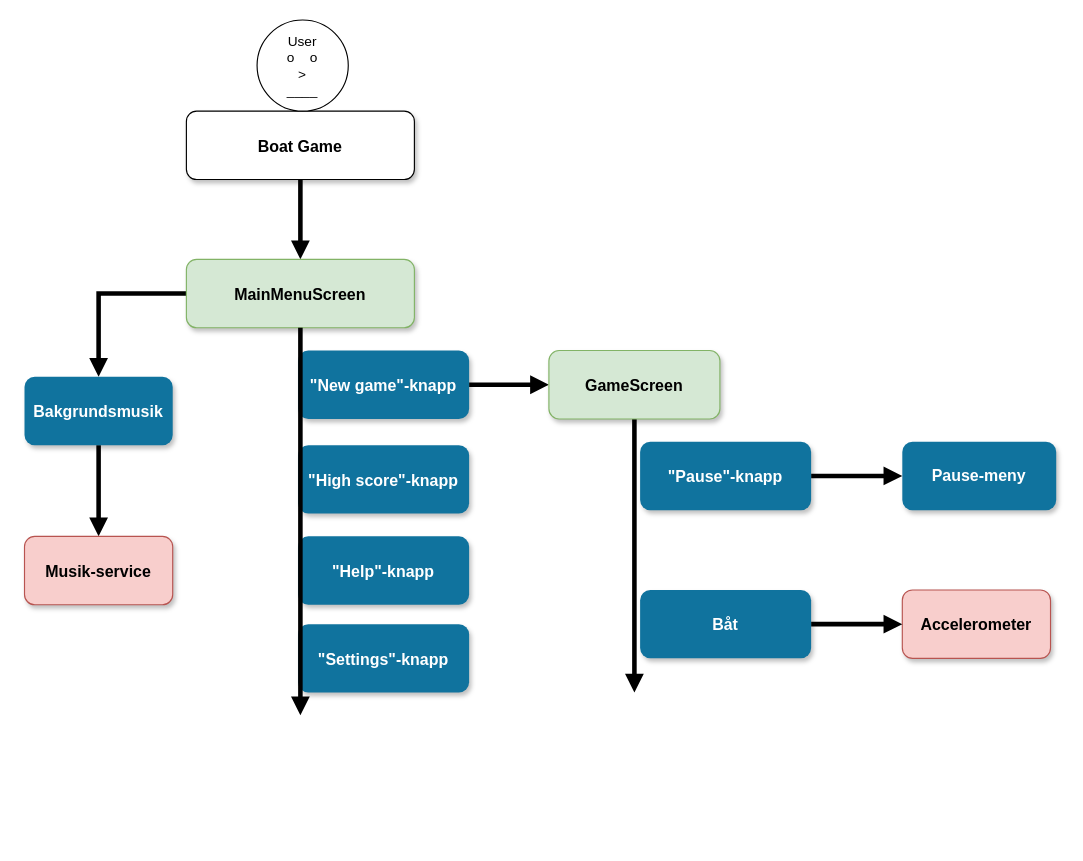
Earlier version of the draw.io diagram pbs.drawio (erikgilbertsson/BoatGame). Source tidied: cells renumbered, new cells numbered last; positions are measured from the earlier drawing's top-left corner, leaving out a move shared by most shapes. Both pictures are drawn from the tidied source at 114%, with x=0, y=0 at pixel (24, 19).
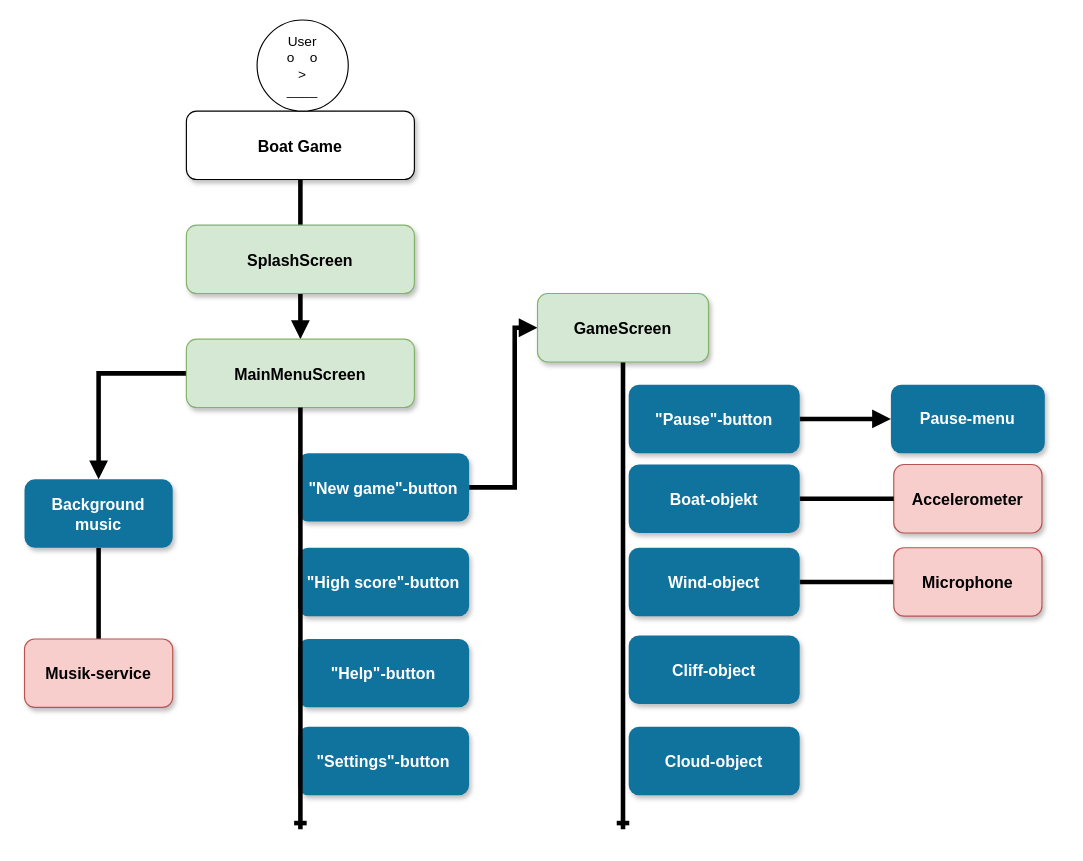
After the change.

What changed in the source:
```diff
@@
     <mxCell id="5" value="MainMenuScreen" style="rounded=1;shadow=1;fontStyle=1;fontSize=14;fillColor=#d5e8d4;strokeColor=#82b366;" parent="1" vertex="1">
-      <mxGeometry x="142" y="210" width="200" height="60" as="geometry" />
+      <mxGeometry x="142" y="280" width="200" height="60" as="geometry" />
     </mxCell>
     <mxCell id="6" style="edgeStyle=orthogonalEdgeStyle;rounded=0;jettySize=auto;html=1;endArrow=block;endFill=1;strokeWidth=4;" parent="1" edge="1" source="7" target="17">
-      <mxGeometry relative="1" as="geometry" />
+      <mxGeometry relative="1" as="geometry">
+        <Array as="points">
+          <mxPoint x="430" y="410" />
+          <mxPoint x="430" y="270" />
+        </Array>
+      </mxGeometry>
     </mxCell>
-    <mxCell id="7" value="&quot;New game&quot;-knapp" style="rounded=1;fillColor=#10739E;strokeColor=none;shadow=1;gradientColor=none;fontStyle=1;fontColor=#FFFFFF;fontSize=14;" parent="1" vertex="1">
-      <mxGeometry x="240" y="290" width="150" height="60" as="geometry" />
+    <mxCell id="7" value="&quot;New game&quot;-button" style="rounded=1;fillColor=#10739E;strokeColor=none;shadow=1;gradientColor=none;fontStyle=1;fontColor=#FFFFFF;fontSize=14;" parent="1" vertex="1">
+      <mxGeometry x="240" y="380" width="150" height="60" as="geometry" />
     </mxCell>
-    <mxCell id="8" value="&quot;Settings&quot;-knapp" style="rounded=1;fillColor=#10739E;strokeColor=none;shadow=1;gradientColor=none;fontStyle=1;fontColor=#FFFFFF;fontSize=14;" parent="1" vertex="1">
-      <mxGeometry x="240" y="530" width="150" height="60" as="geometry" />
+    <mxCell id="8" value="&quot;Settings&quot;-button" style="rounded=1;fillColor=#10739E;strokeColor=none;shadow=1;gradientColor=none;fontStyle=1;fontColor=#FFFFFF;fontSize=14;" parent="1" vertex="1">
+      <mxGeometry x="240" y="620" width="150" height="60" as="geometry" />
     </mxCell>
-    <mxCell id="9" value="&quot;Help&quot;-knapp" style="rounded=1;fillColor=#10739E;strokeColor=none;shadow=1;gradientColor=none;fontStyle=1;fontColor=#FFFFFF;fontSize=14;" parent="1" vertex="1">
-      <mxGeometry x="240" y="453" width="150" height="60" as="geometry" />
+    <mxCell id="9" value="&quot;Help&quot;-button" style="rounded=1;fillColor=#10739E;strokeColor=none;shadow=1;gradientColor=none;fontStyle=1;fontColor=#FFFFFF;fontSize=14;" parent="1" vertex="1">
+      <mxGeometry x="240" y="543" width="150" height="60" as="geometry" />
     </mxCell>
-    <mxCell id="10" value="&quot;High score&quot;-knapp" style="rounded=1;fillColor=#10739E;strokeColor=none;shadow=1;gradientColor=none;fontStyle=1;fontColor=#FFFFFF;fontSize=14;" parent="1" vertex="1">
-      <mxGeometry x="240" y="373" width="150" height="60" as="geometry" />
+    <mxCell id="10" value="&quot;High score&quot;-button" style="rounded=1;fillColor=#10739E;strokeColor=none;shadow=1;gradientColor=none;fontStyle=1;fontColor=#FFFFFF;fontSize=14;" parent="1" vertex="1">
+      <mxGeometry x="240" y="463" width="150" height="60" as="geometry" />
     </mxCell>
-    <mxCell id="11" style="edgeStyle=elbowEdgeStyle;elbow=vertical;strokeWidth=4;endArrow=block;endFill=1;fontStyle=1;" parent="1" edge="1" source="5">
-      <mxGeometry x="472" y="-17" as="geometry">
-        <mxPoint x="242" y="610" as="targetPoint" />
+    <mxCell id="11" style="edgeStyle=elbowEdgeStyle;elbow=vertical;strokeWidth=4;endArrow=ERone;endFill=0;fontStyle=1;" parent="1" edge="1" source="5">
+      <mxGeometry x="472" y="73" as="geometry">
+        <mxPoint x="242" y="710" as="targetPoint" />
       </mxGeometry>
     </mxCell>
@@
-    <mxCell id="13" style="edgeStyle=orthogonalEdgeStyle;rounded=0;jettySize=auto;html=1;endArrow=block;endFill=1;strokeWidth=4;" parent="1" edge="1" source="14" target="15">
+    <mxCell id="13" style="edgeStyle=orthogonalEdgeStyle;rounded=0;jettySize=auto;html=1;endArrow=none;endFill=0;strokeWidth=4;" parent="1" edge="1" source="14" target="15">
       <mxGeometry relative="1" as="geometry" />
     </mxCell>
-    <mxCell id="14" value="Bakgrundsmusik" style="rounded=1;fillColor=#10739E;strokeColor=none;shadow=1;gradientColor=none;fontStyle=1;fontColor=#FFFFFF;fontSize=14;" parent="1" vertex="1">
-      <mxGeometry y="313" width="130" height="60" as="geometry" />
+    <mxCell id="14" value="Background &#10;music" style="rounded=1;fillColor=#10739E;strokeColor=none;shadow=1;gradientColor=none;fontStyle=1;fontColor=#FFFFFF;fontSize=14;" parent="1" vertex="1">
+      <mxGeometry y="403" width="130" height="60" as="geometry" />
     </mxCell>
     <mxCell id="15" value="Musik-service" style="rounded=1;fillColor=#f8cecc;strokeColor=#b85450;shadow=1;fontStyle=1;fontSize=14;" parent="1" vertex="1">
-      <mxGeometry y="453" width="130" height="60" as="geometry" />
+      <mxGeometry y="543" width="130" height="60" as="geometry" />
     </mxCell>
-    <mxCell id="16" style="edgeStyle=orthogonalEdgeStyle;rounded=0;jettySize=auto;html=1;exitX=0.5;exitY=1;exitDx=0;exitDy=0;startArrow=none;startFill=0;endArrow=block;endFill=1;strokeColor=#000000;strokeWidth=4;" parent="1" edge="1" source="17">
+    <mxCell id="16" style="edgeStyle=orthogonalEdgeStyle;rounded=0;jettySize=auto;html=1;exitX=0.5;exitY=1;exitDx=0;exitDy=0;startArrow=none;startFill=0;endArrow=ERone;endFill=0;strokeColor=#000000;strokeWidth=4;" parent="1" edge="1" source="17">
       <mxGeometry relative="1" as="geometry">
-        <mxPoint x="535" y="590" as="targetPoint" />
+        <mxPoint x="525" y="710" as="targetPoint" />
       </mxGeometry>
     </mxCell>
     <mxCell id="17" value="GameScreen" style="rounded=1;fillColor=#d5e8d4;strokeColor=#82b366;shadow=1;fontStyle=1;fontSize=14;" parent="1" vertex="1">
-      <mxGeometry x="460" y="290" width="150" height="60" as="geometry" />
+      <mxGeometry x="450" y="240" width="150" height="60" as="geometry" />
     </mxCell>
     <mxCell id="18" value="Accelerometer" style="rounded=1;fillColor=#f8cecc;strokeColor=#b85450;shadow=1;fontStyle=1;fontSize=14;" parent="1" vertex="1">
-      <mxGeometry x="770" y="500" width="130" height="60" as="geometry" />
+      <mxGeometry x="762.5" y="390" width="130" height="60" as="geometry" />
     </mxCell>
@@
-    <mxCell id="20" value="&quot;Pause&quot;-knapp" style="rounded=1;fillColor=#10739E;strokeColor=none;shadow=1;gradientColor=none;fontStyle=1;fontColor=#FFFFFF;fontSize=14;" parent="1" vertex="1">
-      <mxGeometry x="540" y="370" width="150" height="60" as="geometry" />
+    <mxCell id="20" value="&quot;Pause&quot;-button" style="rounded=1;fillColor=#10739E;strokeColor=none;shadow=1;gradientColor=none;fontStyle=1;fontColor=#FFFFFF;fontSize=14;" parent="1" vertex="1">
+      <mxGeometry x="530" y="320" width="150" height="60" as="geometry" />
     </mxCell>
-    <mxCell id="21" value="Pause-meny" style="whiteSpace=wrap;html=1;rounded=1;shadow=1;fontSize=14;fontColor=#FFFFFF;fontStyle=1;strokeColor=none;fillColor=#10739E;" parent="1" vertex="1">
-      <mxGeometry x="770" y="370" width="135" height="60" as="geometry" />
+    <mxCell id="21" value="Pause-menu" style="whiteSpace=wrap;html=1;rounded=1;shadow=1;fontSize=14;fontColor=#FFFFFF;fontStyle=1;strokeColor=none;fillColor=#10739E;" parent="1" vertex="1">
+      <mxGeometry x="760" y="320" width="135" height="60" as="geometry" />
     </mxCell>
-    <mxCell id="22" style="edgeStyle=orthogonalEdgeStyle;rounded=0;jettySize=auto;html=1;startArrow=none;startFill=0;endArrow=block;endFill=1;strokeColor=#000000;strokeWidth=4;" parent="1" edge="1" source="23" target="18">
+    <mxCell id="22" style="edgeStyle=orthogonalEdgeStyle;rounded=0;jettySize=auto;html=1;startArrow=none;startFill=0;endArrow=none;endFill=0;strokeColor=#000000;strokeWidth=4;" parent="1" edge="1" source="23" target="18">
       <mxGeometry relative="1" as="geometry" />
     </mxCell>
-    <mxCell id="23" value="Båt" style="rounded=1;fillColor=#10739E;strokeColor=none;shadow=1;gradientColor=none;fontStyle=1;fontColor=#FFFFFF;fontSize=14;" parent="1" vertex="1">
-      <mxGeometry x="540" y="500" width="150" height="60" as="geometry" />
+    <mxCell id="23" value="Boat-objekt" style="rounded=1;fillColor=#10739E;strokeColor=none;shadow=1;gradientColor=none;fontStyle=1;fontColor=#FFFFFF;fontSize=14;" parent="1" vertex="1">
+      <mxGeometry x="530" y="390" width="150" height="60" as="geometry" />
     </mxCell>
+    <mxCell id="24" value="SplashScreen" style="rounded=1;shadow=1;fontStyle=1;fontSize=14;fillColor=#d5e8d4;strokeColor=#82b366;" parent="1" vertex="1">
+      <mxGeometry x="142" y="180" width="200" height="60" as="geometry" />
+    </mxCell>
+    <mxCell id="25" value="Cliff-object" style="rounded=1;fillColor=#10739E;strokeColor=none;shadow=1;gradientColor=none;fontStyle=1;fontColor=#FFFFFF;fontSize=14;" parent="1" vertex="1">
+      <mxGeometry x="530" y="540" width="150" height="60" as="geometry" />
+    </mxCell>
+    <mxCell id="26" value="Cloud-object" style="rounded=1;fillColor=#10739E;strokeColor=none;shadow=1;gradientColor=none;fontStyle=1;fontColor=#FFFFFF;fontSize=14;" parent="1" vertex="1">
+      <mxGeometry x="530" y="620" width="150" height="60" as="geometry" />
+    </mxCell>
+    <mxCell id="27" style="edgeStyle=orthogonalEdgeStyle;rounded=0;jettySize=auto;html=1;endArrow=none;endFill=0;strokeWidth=4;" parent="1" edge="1" source="28" target="29">
+      <mxGeometry relative="1" as="geometry" />
+    </mxCell>
+    <mxCell id="28" value="Wind-object" style="rounded=1;fillColor=#10739E;strokeColor=none;shadow=1;gradientColor=none;fontStyle=1;fontColor=#FFFFFF;fontSize=14;" parent="1" vertex="1">
+      <mxGeometry x="530" y="463" width="150" height="60" as="geometry" />
+    </mxCell>
+    <mxCell id="29" value="Microphone" style="rounded=1;fillColor=#f8cecc;strokeColor=#b85450;shadow=1;fontStyle=1;fontSize=14;" parent="1" vertex="1">
+      <mxGeometry x="762.5" y="463" width="130" height="60" as="geometry" />
+    </mxCell>
```
